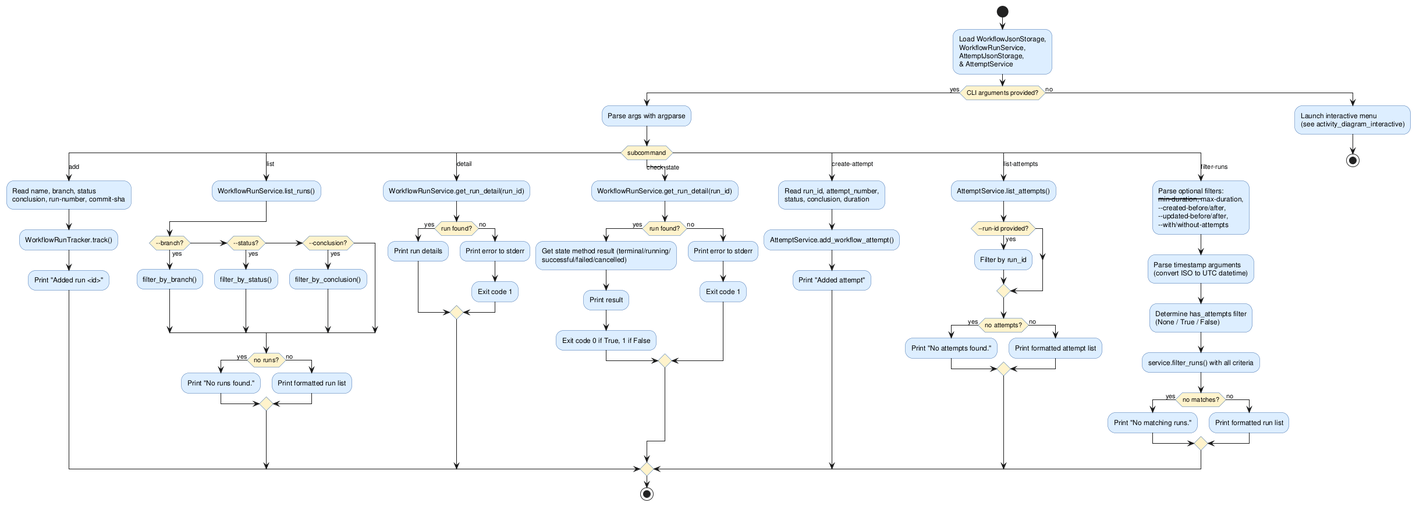
Earlier version of the PlantUML export experiments/broadcast/structured_text/github-workflow-manager/artifacts/activity_diagram_main.png (DanielRiha8906/Software_autoevolution_using_agents).
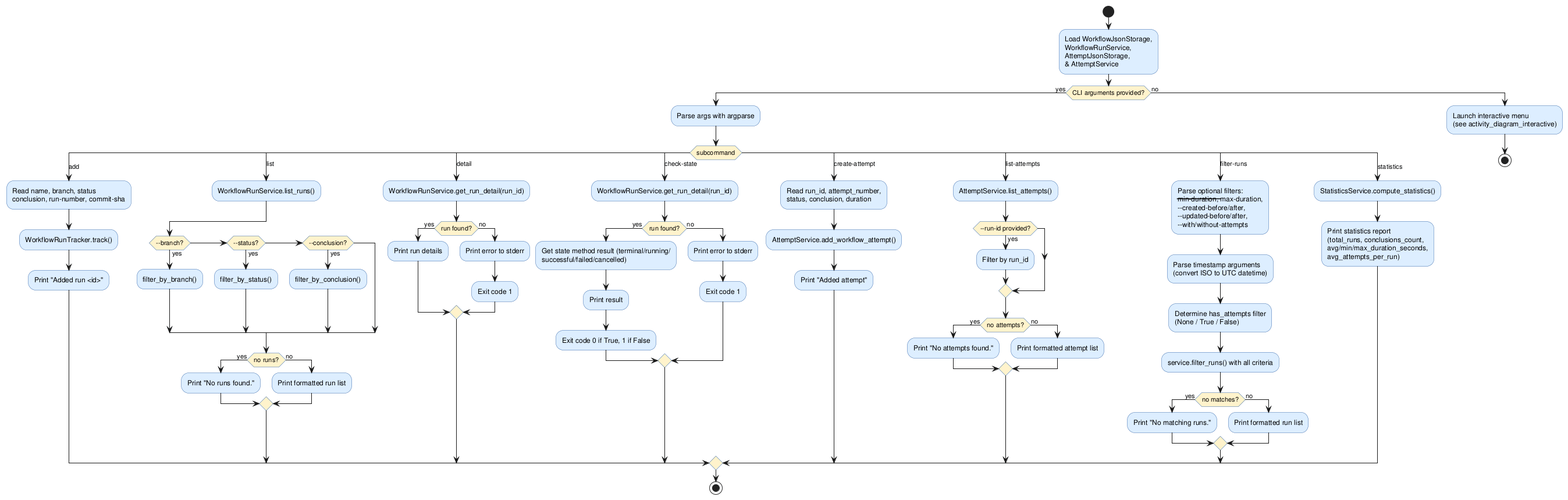
The same diagram one commit later.

What changed in the source:
```diff
@@ -79,6 +79,10 @@
         :Print formatted run list;
       endif
 
+    case (statistics)
+      :StatisticsService.compute_statistics();
+      :Print statistics report\n(total_runs, conclusions_count,\navg/min/max_duration_seconds,\navg_attempts_per_run);
+
   endswitch
   stop
 
```
